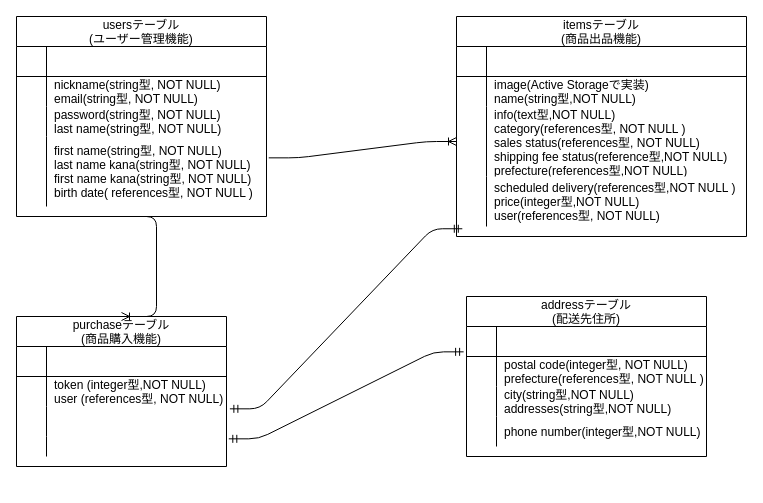
Before: page "ページ1" (1 of 2) of furima.dio in tanifujisatoshi/furima-35641, a draw.io diagram. Source tidied: cells renumbered, new cells numbered last; positions are measured from the earlier drawing's top-left corner, leaving out a move shared by most shapes. Both pictures are drawn from the tidied source at 100%, with x=0, y=0 at pixel (16, 16).
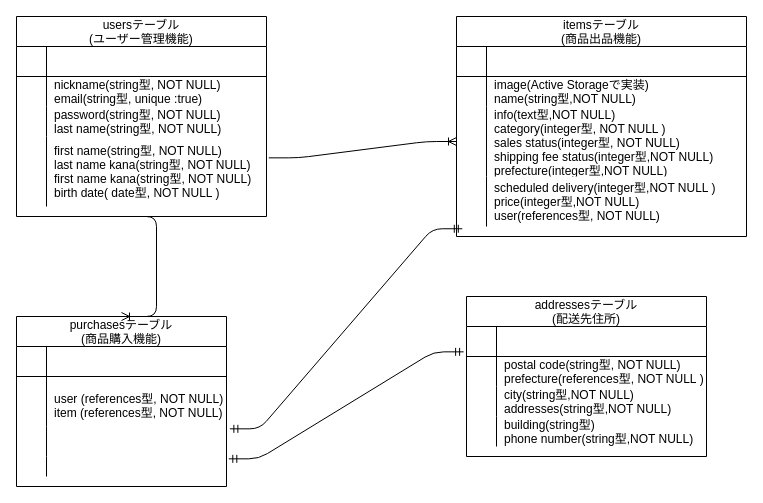
After the change.

Commit message (it also covers changes not shown here):
データベース設計の再提出です！

Unchanged cells that the change refers to:
```xml
<mxCell id="6" style="shape=partialRectangle;fillColor=none;top=0;left=0;bottom=0;right=0;" parent="2" vertex="1">
  <mxGeometry y="60" width="250" height="30" as="geometry" />
</mxCell>
<mxCell id="12" style="shape=partialRectangle;fillColor=none;top=0;left=0;bottom=0;right=0;points=[[0,0.5],[1,0.5]];portConstraint=eastwest;" parent="2" vertex="1">
  <mxGeometry y="120" width="250" height="70" as="geometry" />
</mxCell>
<mxCell id="22" style="shape=partialRectangle;fillColor=none;top=0;left=0;bottom=0;right=0;points=[[0,0.5],[1,0.5]];portConstraint=eastwest;" parent="15" vertex="1">
  <mxGeometry y="90" width="290" height="70" as="geometry" />
</mxCell>
<mxCell id="25" style="shape=partialRectangle;fillColor=none;top=0;left=0;bottom=0;right=0;points=[[0,0.5],[1,0.5]];portConstraint=eastwest;" parent="15" vertex="1">
  <mxGeometry y="160" width="290" height="50" as="geometry" />
</mxCell>
<mxCell id="45" style="shape=partialRectangle;fillColor=none;top=0;left=0;bottom=0;right=0;" parent="41" vertex="1">
  <mxGeometry y="60" width="240" height="30" as="geometry" />
</mxCell>
<mxCell id="51" style="shape=partialRectangle;fillColor=none;top=0;left=0;bottom=0;right=0;" parent="41" vertex="1">
  <mxGeometry y="120" width="240" height="30" as="geometry" />
</mxCell>
```

The edit, as a diff of the source:
```diff
@@
-    <mxCell id="8" value="nickname(string型, NOT NULL)&#10;email(string型, NOT NULL)" style="shape=partialRectangle;fillColor=none;top=0;left=0;bottom=0;right=0;align=left;spacingLeft=6;overflow=hidden;" parent="6" vertex="1">
+    <mxCell id="8" value="nickname(string型, NOT NULL)&#10;email(string型, unique :true)" style="shape=partialRectangle;fillColor=none;top=0;left=0;bottom=0;right=0;align=left;spacingLeft=6;overflow=hidden;" parent="6" vertex="1">
       <mxGeometry x="30" width="220" height="30" as="geometry" />
     </mxCell>
@@
-    <mxCell id="14" value="first name(string型, NOT NULL)&#10;last name kana(string型, NOT NULL)&#10;first name kana(string型, NOT NULL)&#10;birth date( references型, NOT NULL )" style="shape=partialRectangle;fillColor=none;top=0;left=0;bottom=0;right=0;align=left;spacingLeft=6;overflow=hidden;" parent="12" vertex="1">
+    <mxCell id="14" value="first name(string型, NOT NULL)&#10;last name kana(string型, NOT NULL)&#10;first name kana(string型, NOT NULL)&#10;birth date( date型, NOT NULL )" style="shape=partialRectangle;fillColor=none;top=0;left=0;bottom=0;right=0;align=left;spacingLeft=6;overflow=hidden;" parent="12" vertex="1">
       <mxGeometry x="30" width="220" height="70" as="geometry" />
     </mxCell>
@@
-    <mxCell id="24" value="info(text型,NOT NULL)&#10;category(references型, NOT NULL )&#10;sales status(references型, NOT NULL)&#10;shipping fee status(reference型,NOT NULL)&#10;prefecture(references型,NOT NULL)" style="shape=partialRectangle;fillColor=none;top=0;left=0;bottom=0;right=0;align=left;spacingLeft=6;overflow=hidden;" parent="22" vertex="1">
+    <mxCell id="24" value="info(text型,NOT NULL)&#10;category(integer型, NOT NULL )&#10;sales status(integer型, NOT NULL)&#10;shipping fee status(integer型,NOT NULL)&#10;prefecture(integer型,NOT NULL)" style="shape=partialRectangle;fillColor=none;top=0;left=0;bottom=0;right=0;align=left;spacingLeft=6;overflow=hidden;" parent="22" vertex="1">
       <mxGeometry x="30" width="260" height="70" as="geometry" />
     </mxCell>
@@
-    <mxCell id="27" value="scheduled delivery(references型,NOT NULL )&#10;price(integer型,NOT NULL)&#10;user(references型, NOT NULL)" style="shape=partialRectangle;fillColor=none;top=0;left=0;bottom=0;right=0;align=left;spacingLeft=6;overflow=hidden;" parent="25" vertex="1">
+    <mxCell id="27" value="scheduled delivery(integer型,NOT NULL )&#10;price(integer型,NOT NULL)&#10;user(references型, NOT NULL)" style="shape=partialRectangle;fillColor=none;top=0;left=0;bottom=0;right=0;align=left;spacingLeft=6;overflow=hidden;" parent="25" vertex="1">
       <mxGeometry x="30" width="260" height="50" as="geometry" />
     </mxCell>
-    <mxCell id="28" value="purchaseテーブル&#10;(商品購入機能)" style="shape=table;startSize=30;childLayout=tableLayout;rowLines=0;fontStyle=0;align=center;" parent="1" vertex="1">
-      <mxGeometry y="300" width="210" height="150" as="geometry" />
+    <mxCell id="28" value="purchasesテーブル&#10;(商品購入機能)" style="shape=table;startSize=30;childLayout=tableLayout;rowLines=0;fontStyle=0;align=center;" parent="1" vertex="1">
+      <mxGeometry y="300" width="210" height="170" as="geometry" />
     </mxCell>
@@
     <mxCell id="32" style="shape=partialRectangle;fillColor=none;top=0;left=0;bottom=0;right=0;" parent="28" vertex="1">
-      <mxGeometry y="60" width="210" height="30" as="geometry" />
+      <mxGeometry y="60" width="210" height="50" as="geometry" />
     </mxCell>
     <mxCell id="33" style="shape=partialRectangle;fillColor=none;top=0;left=0;bottom=0;right=0;overflow=hidden;" parent="32" vertex="1">
-      <mxGeometry width="30" height="30" as="geometry" />
+      <mxGeometry width="30" height="50" as="geometry" />
     </mxCell>
-    <mxCell id="34" value="token (integer型,NOT NULL)&#10;user (references型, NOT NULL)&#10;" style="shape=partialRectangle;fillColor=none;top=0;left=0;bottom=0;right=0;align=left;spacingLeft=6;overflow=hidden;" parent="32" vertex="1">
-      <mxGeometry x="30" width="180" height="30" as="geometry" />
+    <mxCell id="34" value="&#10;user (references型, NOT NULL)&#10;item (references型, NOT NULL)&#10;" style="shape=partialRectangle;fillColor=none;top=0;left=0;bottom=0;right=0;align=left;spacingLeft=6;overflow=hidden;" parent="32" vertex="1">
+      <mxGeometry x="30" width="180" height="50" as="geometry" />
     </mxCell>
     <mxCell id="35" style="shape=partialRectangle;fillColor=none;top=0;left=0;bottom=0;right=0;points=[[0,0.5],[1,0.5]];portConstraint=eastwest;" parent="28" vertex="1">
-      <mxGeometry y="90" width="210" height="30" as="geometry" />
+      <mxGeometry y="110" width="210" height="30" as="geometry" />
     </mxCell>
@@
     <mxCell id="38" style="shape=partialRectangle;fillColor=none;top=0;left=0;bottom=0;right=0;points=[[0,0.5],[1,0.5]];portConstraint=eastwest;" parent="28" vertex="1">
-      <mxGeometry y="120" width="210" height="20" as="geometry" />
+      <mxGeometry y="140" width="210" height="20" as="geometry" />
     </mxCell>
@@
-    <mxCell id="41" value="addressテーブル&#10;(配送先住所)" style="shape=table;startSize=30;childLayout=tableLayout;rowLines=0;fontStyle=0;align=center;" parent="1" vertex="1">
+    <mxCell id="41" value="addressesテーブル&#10;(配送先住所)" style="shape=table;startSize=30;childLayout=tableLayout;rowLines=0;fontStyle=0;align=center;" parent="1" vertex="1">
       <mxGeometry x="450" y="280" width="240" height="160" as="geometry" />
     </mxCell>
@@
-    <mxCell id="47" value="postal code(integer型, NOT NULL)&#10;prefecture(references型, NOT NULL )" style="shape=partialRectangle;fillColor=none;top=0;left=0;bottom=0;right=0;align=left;spacingLeft=6;overflow=hidden;" parent="45" vertex="1">
+    <mxCell id="47" value="postal code(string型, NOT NULL)&#10;prefecture(references型, NOT NULL )" style="shape=partialRectangle;fillColor=none;top=0;left=0;bottom=0;right=0;align=left;spacingLeft=6;overflow=hidden;" parent="45" vertex="1">
       <mxGeometry x="30" width="210" height="30" as="geometry" />
     </mxCell>
@@
-    <mxCell id="53" value="phone number(integer型,NOT NULL)" style="shape=partialRectangle;fillColor=none;top=0;left=0;bottom=0;right=0;align=left;spacingLeft=6;overflow=hidden;" parent="51" vertex="1">
+    <mxCell id="53" value="building(string型)&#10;phone number(string型,NOT NULL)" style="shape=partialRectangle;fillColor=none;top=0;left=0;bottom=0;right=0;align=left;spacingLeft=6;overflow=hidden;" parent="51" vertex="1">
       <mxGeometry x="30" width="210" height="30" as="geometry" />
     </mxCell>
```
